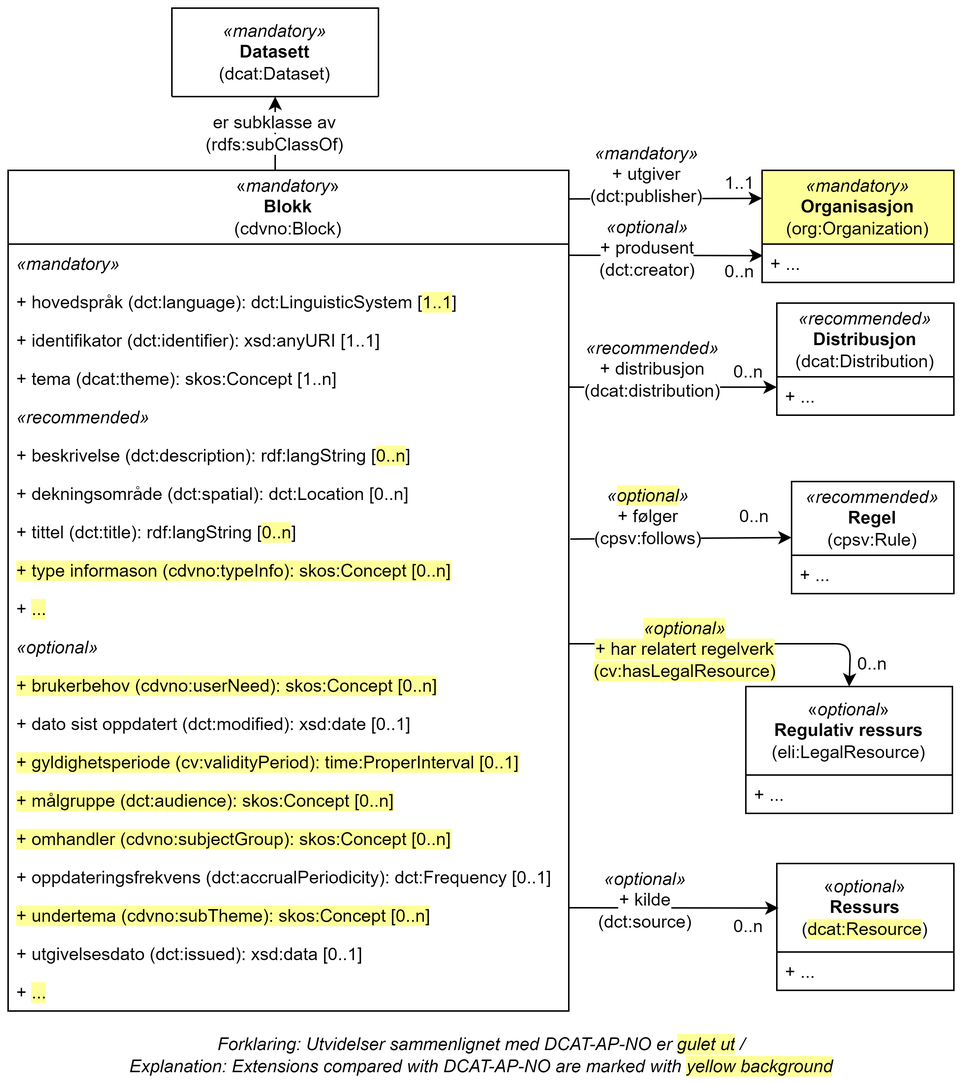
Above: docs/images/cdvno-block.png in Informasjonsforvaltning/cdvno (draw.io), before the change. Source tidied: cells renumbered, new cells last; positions are measured from the earlier drawing's top-left corner, leaving out a move shared by most shapes.
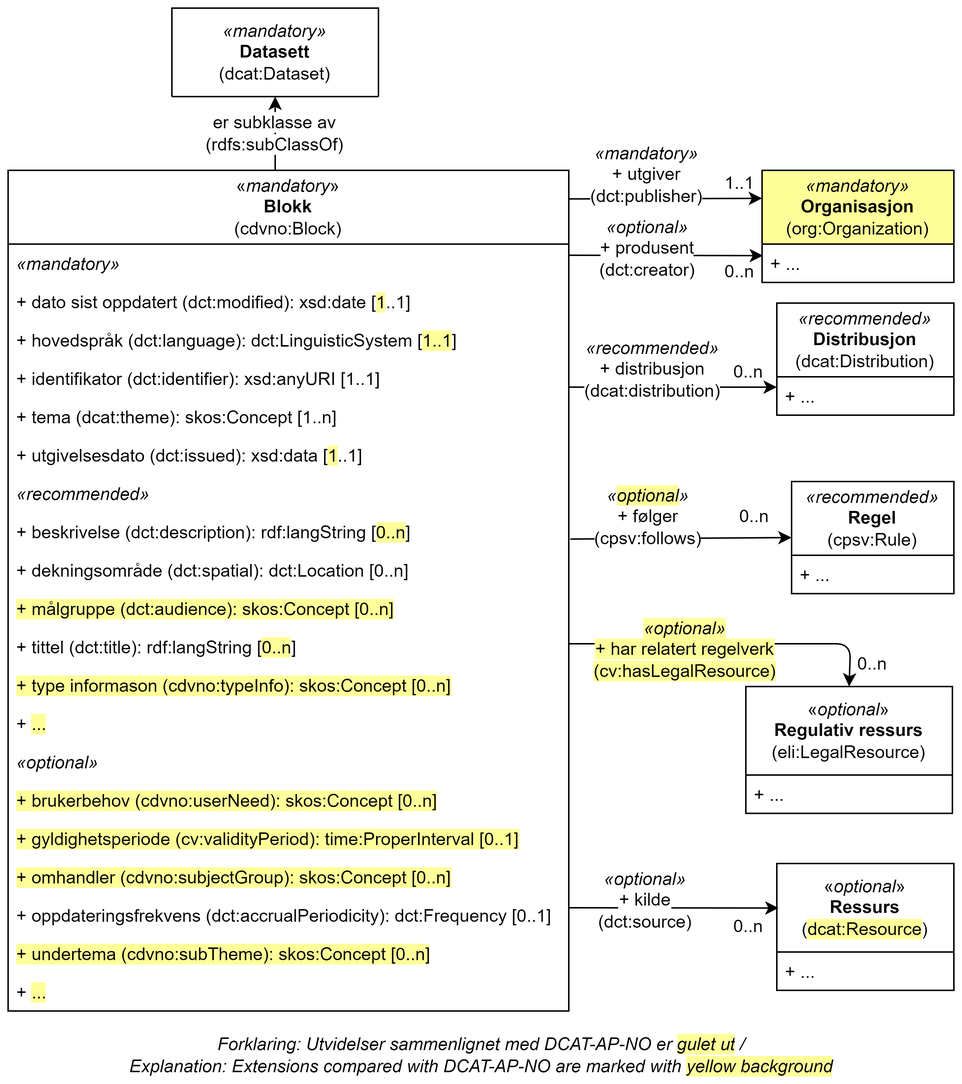
The same diagram one commit later.

The edit, as a diff of the source:
```diff
@@ -60,60 +60,60 @@
     <mxCell id="19" value="&lt;i&gt;«mandatory»&lt;/i&gt;" style="text;strokeColor=none;fillColor=none;align=left;verticalAlign=top;spacingLeft=4;spacingRight=4;overflow=hidden;points=[[0,0.5],[1,0.5]];portConstraint=eastwest;whiteSpace=wrap;html=1;" parent="18" vertex="1">
       <mxGeometry y="50" width="380" height="26" as="geometry" />
     </mxCell>
+    <mxCell id="31" value="+ dato sist oppdatert (dct:modified): xsd:date [&lt;span style=&quot;background-color: rgb(255, 255, 153);&quot;&gt;1&lt;/span&gt;..1]" style="text;strokeColor=none;fillColor=none;align=left;verticalAlign=top;spacingLeft=4;spacingRight=4;overflow=hidden;whiteSpace=wrap;html=1;" parent="18" vertex="1">
+      <mxGeometry y="76" width="380" height="26" as="geometry" />
+    </mxCell>
     <mxCell id="20" value="+ hovedspråk (dct:language): dct:LinguisticSystem [&lt;span style=&quot;background-color: rgb(255, 255, 153);&quot;&gt;1..1&lt;/span&gt;]" style="text;strokeColor=none;fillColor=none;align=left;verticalAlign=top;spacingLeft=4;spacingRight=4;overflow=hidden;whiteSpace=wrap;html=1;" parent="18" vertex="1">
-      <mxGeometry y="76" width="380" height="26" as="geometry" />
+      <mxGeometry y="102" width="380" height="26" as="geometry" />
     </mxCell>
     <mxCell id="21" value="+ identifikator (dct:identifier): xsd:anyURI [1..1]" style="text;strokeColor=none;fillColor=none;align=left;verticalAlign=top;spacingLeft=4;spacingRight=4;overflow=hidden;whiteSpace=wrap;html=1;" parent="18" vertex="1">
-      <mxGeometry y="102" width="380" height="26" as="geometry" />
+      <mxGeometry y="128" width="380" height="26" as="geometry" />
     </mxCell>
     <mxCell id="22" value="+ tema&amp;nbsp;(dcat:theme): skos:Concept [1..n]" style="text;strokeColor=none;fillColor=none;align=left;verticalAlign=top;spacingLeft=4;spacingRight=4;overflow=hidden;whiteSpace=wrap;html=1;" parent="18" vertex="1">
-      <mxGeometry y="128" width="380" height="26" as="geometry" />
+      <mxGeometry y="154" width="380" height="26" as="geometry" />
     </mxCell>
+    <mxCell id="37" value="+ utgivelsesdato (dct:issued): xsd:data [&lt;span style=&quot;background-color: rgb(255, 255, 153);&quot;&gt;1&lt;/span&gt;..1]" style="text;strokeColor=none;fillColor=none;align=left;verticalAlign=top;spacingLeft=4;spacingRight=4;overflow=hidden;whiteSpace=wrap;html=1;" parent="18" vertex="1">
+      <mxGeometry y="180" width="380" height="26" as="geometry" />
+    </mxCell>
     <mxCell id="23" value="&lt;i&gt;«recommended»&lt;/i&gt;" style="text;strokeColor=none;fillColor=none;align=left;verticalAlign=top;spacingLeft=4;spacingRight=4;overflow=hidden;whiteSpace=wrap;html=1;" parent="18" vertex="1">
-      <mxGeometry y="154" width="380" height="26" as="geometry" />
+      <mxGeometry y="206" width="380" height="26" as="geometry" />
     </mxCell>
     <mxCell id="24" value="+ beskrivelse (dct:description): rdf:langString [&lt;span style=&quot;background-color: rgb(255, 255, 153);&quot;&gt;0..n&lt;/span&gt;]" style="text;strokeColor=none;fillColor=none;align=left;verticalAlign=top;spacingLeft=4;spacingRight=4;overflow=hidden;whiteSpace=wrap;html=1;" parent="18" vertex="1">
-      <mxGeometry y="180" width="380" height="26" as="geometry" />
+      <mxGeometry y="232" width="380" height="26" as="geometry" />
     </mxCell>
     <mxCell id="25" value="+ dekningsområde (dct:spatial): dct:Location [0..n]" style="text;strokeColor=none;fillColor=none;align=left;verticalAlign=top;spacingLeft=4;spacingRight=4;overflow=hidden;whiteSpace=wrap;html=1;" parent="18" vertex="1">
-      <mxGeometry y="206" width="380" height="26" as="geometry" />
+      <mxGeometry y="258" width="380" height="26" as="geometry" />
     </mxCell>
+    <mxCell id="33" value="&lt;span style=&quot;background-color: rgb(255, 255, 153);&quot;&gt;+ målgruppe (dct:audience): skos:Concept [0..n]&lt;/span&gt;" style="text;strokeColor=none;fillColor=none;align=left;verticalAlign=top;spacingLeft=4;spacingRight=4;overflow=hidden;whiteSpace=wrap;html=1;" parent="18" vertex="1">
+      <mxGeometry y="284" width="380" height="26" as="geometry" />
+    </mxCell>
     <mxCell id="26" value="+ tittel (dct:title): rdf:langString [&lt;span style=&quot;background-color: rgb(255, 255, 153);&quot;&gt;0..n&lt;/span&gt;]" style="text;strokeColor=none;fillColor=none;align=left;verticalAlign=top;spacingLeft=4;spacingRight=4;overflow=hidden;whiteSpace=wrap;html=1;" parent="18" vertex="1">
-      <mxGeometry y="232" width="380" height="26" as="geometry" />
+      <mxGeometry y="310" width="380" height="26" as="geometry" />
     </mxCell>
     <mxCell id="27" value="&lt;span style=&quot;background-color: rgb(255, 255, 153);&quot;&gt;+ type informason (cdvno:typeInfo): skos:Concept [0..n]&lt;/span&gt;" style="text;strokeColor=none;fillColor=none;align=left;verticalAlign=top;spacingLeft=4;spacingRight=4;overflow=hidden;whiteSpace=wrap;html=1;" parent="18" vertex="1">
-      <mxGeometry y="258" width="380" height="26" as="geometry" />
+      <mxGeometry y="336" width="380" height="26" as="geometry" />
     </mxCell>
     <mxCell id="28" value="+ &lt;span style=&quot;background-color: rgb(255, 255, 153);&quot;&gt;...&lt;/span&gt;" style="text;strokeColor=none;fillColor=none;align=left;verticalAlign=top;spacingLeft=4;spacingRight=4;overflow=hidden;whiteSpace=wrap;html=1;" parent="18" vertex="1">
-      <mxGeometry y="284" width="380" height="26" as="geometry" />
+      <mxGeometry y="362" width="380" height="26" as="geometry" />
     </mxCell>
     <mxCell id="29" value="&lt;i&gt;«optional»&lt;/i&gt;" style="text;strokeColor=none;fillColor=none;align=left;verticalAlign=top;spacingLeft=4;spacingRight=4;overflow=hidden;whiteSpace=wrap;html=1;" parent="18" vertex="1">
-      <mxGeometry y="310" width="380" height="26" as="geometry" />
+      <mxGeometry y="388" width="380" height="26" as="geometry" />
     </mxCell>
     <mxCell id="30" value="&lt;span style=&quot;background-color: rgb(255, 255, 153);&quot;&gt;+ brukerbehov (cdvno:userNeed): skos:Concept [0..n]&lt;/span&gt;" style="text;strokeColor=none;fillColor=none;align=left;verticalAlign=top;spacingLeft=4;spacingRight=4;overflow=hidden;whiteSpace=wrap;html=1;" parent="18" vertex="1">
-      <mxGeometry y="336" width="380" height="26" as="geometry" />
+      <mxGeometry y="414" width="380" height="26" as="geometry" />
     </mxCell>
-    <mxCell id="31" value="+ dato sist oppdatert (dct:modified): xsd:date [0..1]" style="text;strokeColor=none;fillColor=none;align=left;verticalAlign=top;spacingLeft=4;spacingRight=4;overflow=hidden;whiteSpace=wrap;html=1;" parent="18" vertex="1">
-      <mxGeometry y="362" width="380" height="26" as="geometry" />
-    </mxCell>
     <mxCell id="32" value="&lt;span style=&quot;background-color: rgb(255, 255, 153);&quot;&gt;+ gyldighetsperiode (cv:validityPeriod): time:ProperInterval [0..1]&lt;/span&gt;" style="text;strokeColor=none;fillColor=none;align=left;verticalAlign=top;spacingLeft=4;spacingRight=4;overflow=hidden;whiteSpace=wrap;html=1;" parent="18" vertex="1">
-      <mxGeometry y="388" width="380" height="26" as="geometry" />
+      <mxGeometry y="440" width="380" height="26" as="geometry" />
     </mxCell>
-    <mxCell id="33" value="&lt;span style=&quot;background-color: rgb(255, 255, 153);&quot;&gt;+ målgruppe (dct:audience): skos:Concept [0..n]&lt;/span&gt;" style="text;strokeColor=none;fillColor=none;align=left;verticalAlign=top;spacingLeft=4;spacingRight=4;overflow=hidden;whiteSpace=wrap;html=1;" parent="18" vertex="1">
-      <mxGeometry y="414" width="380" height="26" as="geometry" />
-    </mxCell>
     <mxCell id="34" value="&lt;span style=&quot;background-color: rgb(255, 255, 153);&quot;&gt;+ omhandler (cdvno:subjectGroup): skos:Concept [0..n]&lt;/span&gt;" style="text;strokeColor=none;fillColor=none;align=left;verticalAlign=top;spacingLeft=4;spacingRight=4;overflow=hidden;whiteSpace=wrap;html=1;" parent="18" vertex="1">
-      <mxGeometry y="440" width="380" height="26" as="geometry" />
+      <mxGeometry y="466" width="380" height="26" as="geometry" />
     </mxCell>
     <mxCell id="35" value="+ oppdateringsfrekvens (dct:accrualPeriodicity):&amp;nbsp;dct:Frequency [0..1]" style="text;strokeColor=none;fillColor=none;align=left;verticalAlign=top;spacingLeft=4;spacingRight=4;overflow=hidden;whiteSpace=wrap;html=1;" parent="18" vertex="1">
-      <mxGeometry y="466" width="380" height="26" as="geometry" />
+      <mxGeometry y="492" width="380" height="26" as="geometry" />
     </mxCell>
     <mxCell id="36" value="&lt;span style=&quot;background-color: rgb(255, 255, 153);&quot;&gt;+ undertema (cdvno:subTheme): skos:Concept [0..n]&lt;/span&gt;" style="text;strokeColor=none;fillColor=none;align=left;verticalAlign=top;spacingLeft=4;spacingRight=4;overflow=hidden;whiteSpace=wrap;html=1;" parent="18" vertex="1">
-      <mxGeometry y="492" width="380" height="26" as="geometry" />
+      <mxGeometry y="518" width="380" height="26" as="geometry" />
     </mxCell>
-    <mxCell id="37" value="+ utgivelsesdato (dct:issued): xsd:data [0..1]" style="text;strokeColor=none;fillColor=none;align=left;verticalAlign=top;spacingLeft=4;spacingRight=4;overflow=hidden;whiteSpace=wrap;html=1;" parent="18" vertex="1">
-      <mxGeometry y="518" width="380" height="26" as="geometry" />
-    </mxCell>
     <mxCell id="38" value="+ &lt;span style=&quot;background-color: rgb(255, 255, 153);&quot;&gt;...&lt;/span&gt;" style="text;strokeColor=none;fillColor=none;align=left;verticalAlign=top;spacingLeft=4;spacingRight=4;overflow=hidden;whiteSpace=wrap;html=1;" parent="18" vertex="1">
       <mxGeometry y="544" width="380" height="26" as="geometry" />
     </mxCell>
```
